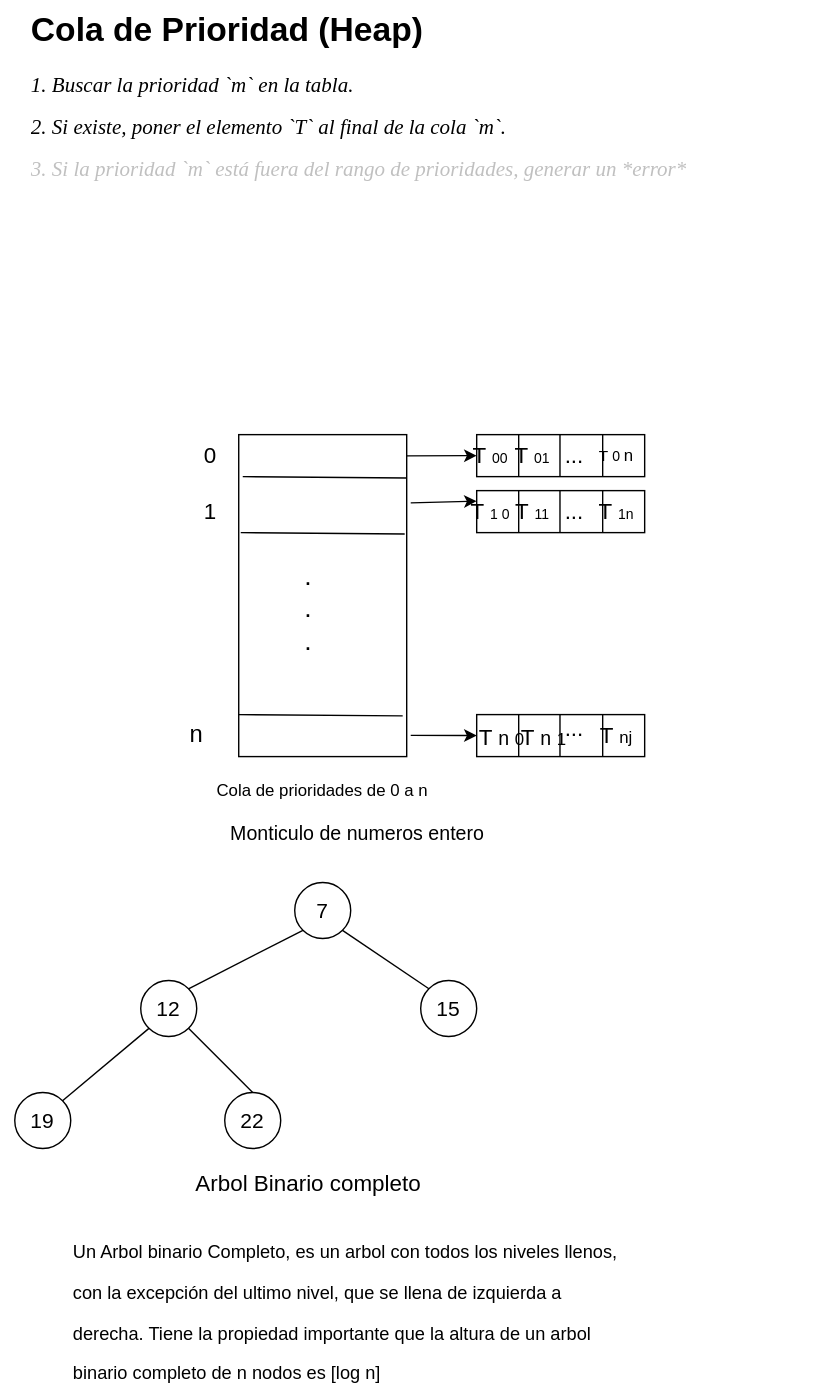
The draw.io diagram Estructura-de-datos/Heap/Cola-prioridad.drawio.svg in Nordcode-cyber/Algoritmos-Estructdatos, before a commit. Source tidied: cells renumbered, new cells last; positions are measured from the earlier drawing's top-left corner, leaving out a move shared by most shapes.
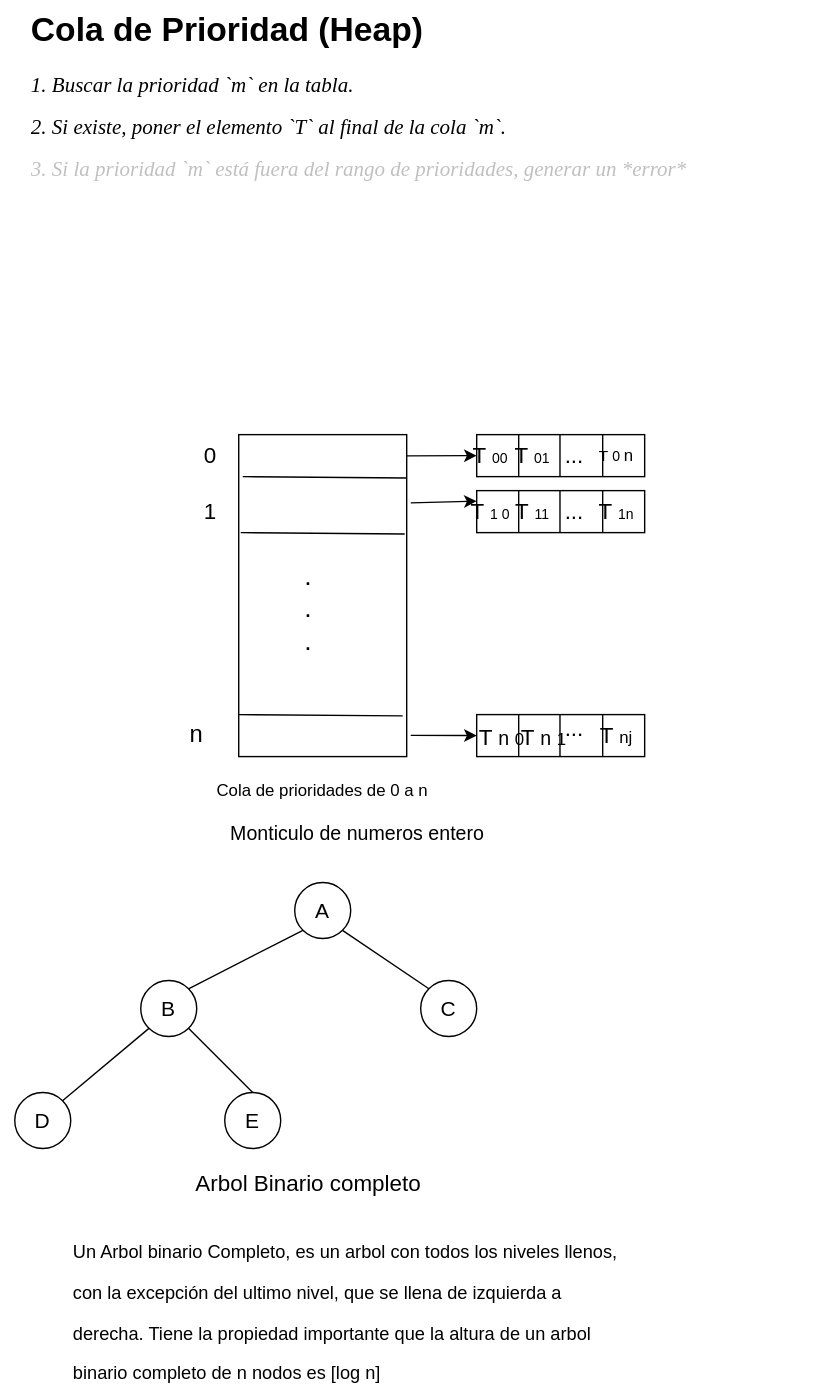
Later version of the same file.

Commit message:
theory graphs

The edit, as a diff of the source:
```diff
@@ -179,19 +179,19 @@
     <mxCell id="48" style="endArrow=none;html=1;entryX=1;entryY=1;entryDx=0;entryDy=0;exitX=0.5;exitY=0;exitDx=0;exitDy=0;" parent="1" edge="1" source="43" target="41">
       <mxGeometry relative="1" as="geometry" />
     </mxCell>
-    <mxCell id="49" value="&lt;font style=&quot;font-size: 15px; color: light-dark(rgb(0, 0, 0), rgb(0, 255, 128));&quot;&gt;7&lt;/font&gt;" style="text;html=1;align=center;verticalAlign=middle;whiteSpace=wrap;rounded=0;" parent="1" vertex="1">
+    <mxCell id="49" value="&lt;font style=&quot;font-size: 15px; color: light-dark(rgb(0, 0, 0), rgb(0, 255, 128));&quot;&gt;A&lt;/font&gt;" style="text;html=1;align=center;verticalAlign=middle;whiteSpace=wrap;rounded=0;" parent="1" vertex="1">
       <mxGeometry x="200" y="635" width="60" height="30" as="geometry" />
     </mxCell>
-    <mxCell id="50" value="&lt;font style=&quot;font-size: 15px; color: light-dark(rgb(0, 0, 0), rgb(0, 255, 128));&quot;&gt;12&lt;/font&gt;" style="text;html=1;align=center;verticalAlign=middle;whiteSpace=wrap;rounded=0;" parent="1" vertex="1">
+    <mxCell id="50" value="&lt;font style=&quot;font-size: 15px; color: light-dark(rgb(0, 0, 0), rgb(0, 255, 128));&quot;&gt;B&lt;/font&gt;" style="text;html=1;align=center;verticalAlign=middle;whiteSpace=wrap;rounded=0;" parent="1" vertex="1">
       <mxGeometry x="90" y="705" width="60" height="30" as="geometry" />
     </mxCell>
-    <mxCell id="51" value="&lt;font style=&quot;font-size: 15px; color: light-dark(rgb(0, 0, 0), rgb(0, 255, 128));&quot;&gt;15&lt;/font&gt;" style="text;html=1;align=center;verticalAlign=middle;whiteSpace=wrap;rounded=0;" parent="1" vertex="1">
+    <mxCell id="51" value="&lt;font style=&quot;font-size: 15px; color: light-dark(rgb(0, 0, 0), rgb(0, 255, 128));&quot;&gt;C&lt;/font&gt;" style="text;html=1;align=center;verticalAlign=middle;whiteSpace=wrap;rounded=0;" parent="1" vertex="1">
       <mxGeometry x="290" y="705" width="60" height="30" as="geometry" />
     </mxCell>
-    <mxCell id="52" value="&lt;font style=&quot;font-size: 15px; color: light-dark(rgb(0, 0, 0), rgb(0, 255, 128));&quot;&gt;19&lt;/font&gt;" style="text;html=1;align=center;verticalAlign=middle;whiteSpace=wrap;rounded=0;" parent="1" vertex="1">
+    <mxCell id="52" value="&lt;font style=&quot;font-size: 15px; color: light-dark(rgb(0, 0, 0), rgb(0, 255, 128));&quot;&gt;D&lt;/font&gt;" style="text;html=1;align=center;verticalAlign=middle;whiteSpace=wrap;rounded=0;" parent="1" vertex="1">
       <mxGeometry y="785" width="60" height="30" as="geometry" />
     </mxCell>
-    <mxCell id="53" value="&lt;font style=&quot;font-size: 15px; color: light-dark(rgb(0, 0, 0), rgb(0, 255, 128));&quot;&gt;22&lt;/font&gt;" style="text;html=1;align=center;verticalAlign=middle;whiteSpace=wrap;rounded=0;" parent="1" vertex="1">
+    <mxCell id="53" value="&lt;font style=&quot;font-size: 15px; color: light-dark(rgb(0, 0, 0), rgb(0, 255, 128));&quot;&gt;E&lt;/font&gt;" style="text;html=1;align=center;verticalAlign=middle;whiteSpace=wrap;rounded=0;" parent="1" vertex="1">
       <mxGeometry x="150" y="785" width="60" height="30" as="geometry" />
     </mxCell>
     <mxCell id="54" value="&lt;font style=&quot;color: light-dark(rgb(0, 0, 0), rgb(0, 255, 128)); font-size: 16px;&quot;&gt;Arbol Binario completo&lt;/font&gt;" style="text;html=1;align=center;verticalAlign=middle;whiteSpace=wrap;rounded=0;" parent="1" vertex="1">
```
